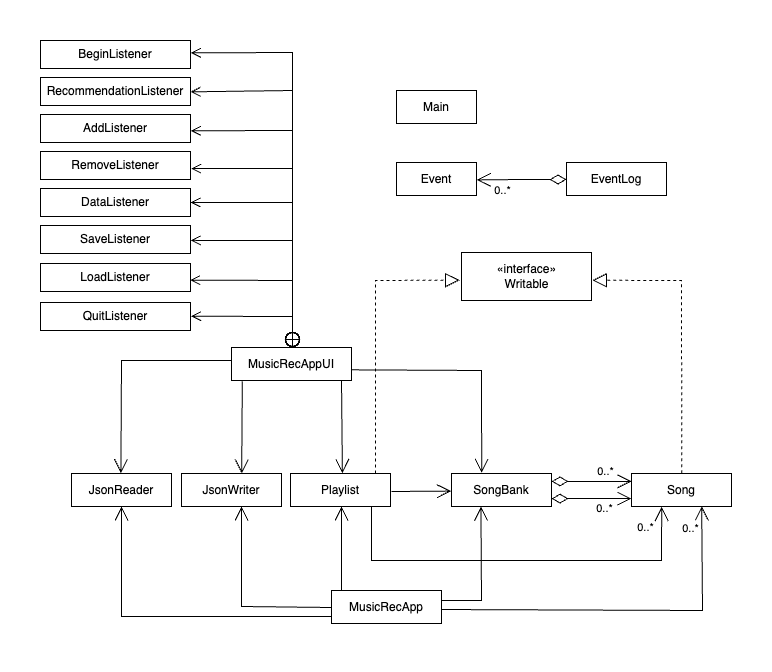
The draw.io diagram UML_Design_Diagram.png in jessieshengyj/discover-music, before a commit. Source tidied: cells renumbered, new cells last; positions are measured from the earlier drawing's top-left corner, leaving out a move shared by most shapes.
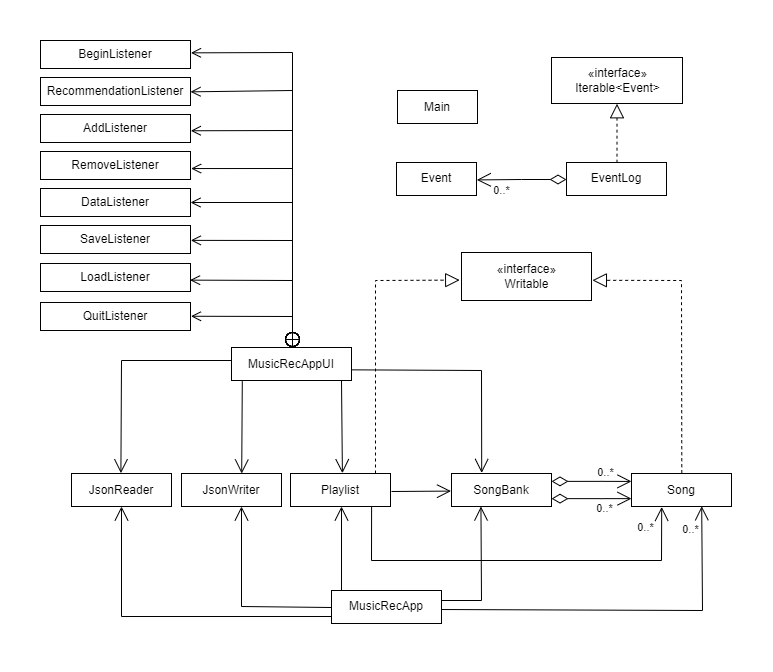
After the change.

Commit message:
Edited UML diagram.

Diff of the diagram source:
```diff
@@ -30,7 +30,7 @@
       <mxGeometry x="526" y="122" width="100" height="33" as="geometry" />
     </mxCell>
     <mxCell id="11" value="Main" style="rounded=0;whiteSpace=wrap;html=1;" parent="1" vertex="1">
-      <mxGeometry x="356" y="50" width="80" height="33" as="geometry" />
+      <mxGeometry x="357" y="50" width="80" height="33" as="geometry" />
     </mxCell>
     <mxCell id="12" style="endArrow=open;html=1;endSize=12;startArrow=diamondThin;startSize=14;startFill=0;edgeStyle=orthogonalEdgeStyle;align=left;verticalAlign=bottom;rounded=0;entryX=1.004;entryY=0.528;entryDx=0;entryDy=0;entryPerimeter=0;" parent="1" edge="1" target="9">
       <mxGeometry x="-1" y="3" relative="1" as="geometry">
@@ -265,5 +265,11 @@
         <mxPoint x="2" y="11" as="offset" />
       </mxGeometry>
     </mxCell>
+    <mxCell id="50" value="«interface»&lt;br&gt;Iterable&amp;lt;Event&amp;gt;" style="html=1;" parent="1" vertex="1">
+      <mxGeometry x="511" y="17" width="131" height="46" as="geometry" />
+    </mxCell>
+    <mxCell id="51" style="endArrow=block;dashed=1;endFill=0;endSize=12;html=1;rounded=0;entryX=0.5;entryY=1.006;entryDx=0;entryDy=0;entryPerimeter=0;exitX=0.505;exitY=0.005;exitDx=0;exitDy=0;exitPerimeter=0;" parent="1" edge="1" source="10" target="50">
+      <mxGeometry relative="1" as="geometry" />
+    </mxCell>
   </root>
 </mxGraphModel>
```
